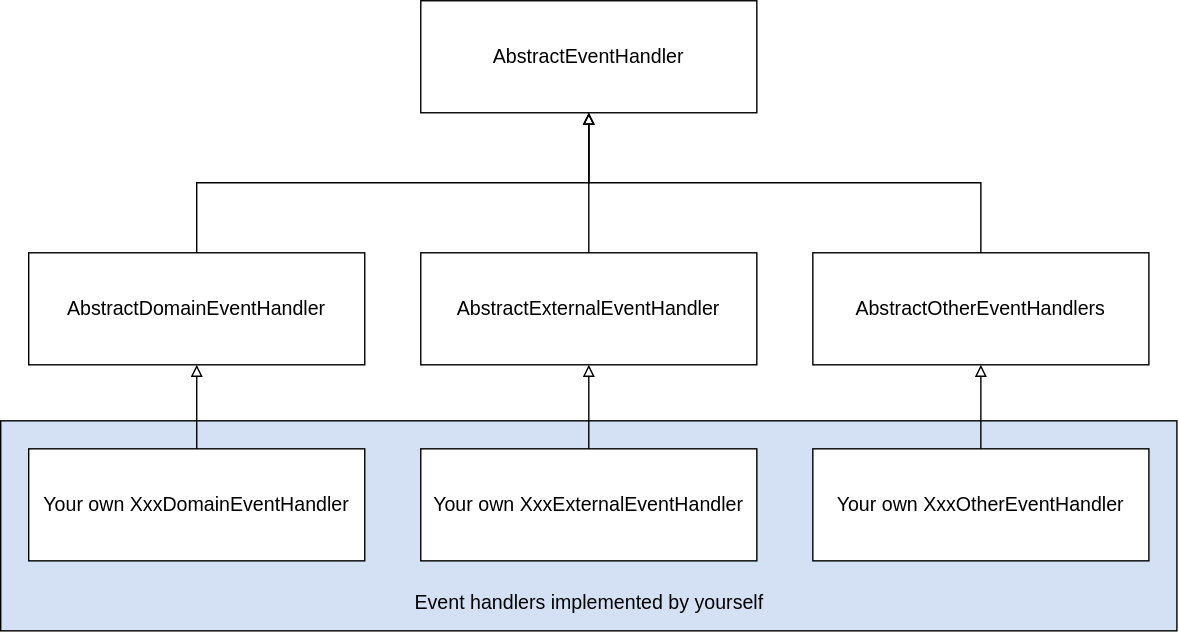
Before: adr/image/event-handlers.drawio.svg, a diagram exported from draw.io (davenkin/andy-springboot4-template). Source tidied: cells renumbered, new cells last; positions are measured from the earlier drawing's top-left corner, leaving out a move shared by most shapes. Its diagram source:
```xml
<mxGraphModel>
  <root>
    <mxCell id="0" />
    <mxCell id="1" parent="0" />
    <mxCell id="2" style="rounded=0;whiteSpace=wrap;html=1;fillColor=#D4E1F5;" parent="1" vertex="1">
      <mxGeometry y="300" width="840" height="150" as="geometry" />
    </mxCell>
    <mxCell id="3" value="AbstractEventHandler" style="rounded=0;whiteSpace=wrap;html=1;fontSize=14;" parent="1" vertex="1">
      <mxGeometry x="300" width="240" height="80" as="geometry" />
    </mxCell>
    <mxCell id="4" style="edgeStyle=orthogonalEdgeStyle;rounded=0;jettySize=auto;html=1;exitX=0.5;exitY=0;exitDx=0;exitDy=0;entryX=0.5;entryY=1;entryDx=0;entryDy=0;endArrow=block;endFill=0;" parent="1" edge="1" source="5" target="3">
      <mxGeometry relative="1" as="geometry" />
    </mxCell>
    <mxCell id="5" value="AbstractDomainEventHandler" style="rounded=0;whiteSpace=wrap;html=1;fontSize=14;" parent="1" vertex="1">
      <mxGeometry x="20" y="180" width="240" height="80" as="geometry" />
    </mxCell>
    <mxCell id="6" style="edgeStyle=orthogonalEdgeStyle;rounded=0;jettySize=auto;html=1;exitX=0.5;exitY=0;exitDx=0;exitDy=0;entryX=0.5;entryY=1;entryDx=0;entryDy=0;endArrow=block;endFill=0;" parent="1" edge="1" source="7" target="3">
      <mxGeometry relative="1" as="geometry" />
    </mxCell>
    <mxCell id="7" value="AbstractExternalEventHandler" style="rounded=0;whiteSpace=wrap;html=1;fontSize=14;" parent="1" vertex="1">
      <mxGeometry x="300" y="180" width="240" height="80" as="geometry" />
    </mxCell>
    <mxCell id="8" style="edgeStyle=orthogonalEdgeStyle;rounded=0;jettySize=auto;html=1;exitX=0.5;exitY=0;exitDx=0;exitDy=0;entryX=0.5;entryY=1;entryDx=0;entryDy=0;endArrow=block;endFill=0;" parent="1" edge="1" source="9" target="3">
      <mxGeometry relative="1" as="geometry" />
    </mxCell>
    <mxCell id="9" value="AbstractOtherEventHandlers" style="rounded=0;whiteSpace=wrap;html=1;fontSize=14;" parent="1" vertex="1">
      <mxGeometry x="580" y="180" width="240" height="80" as="geometry" />
    </mxCell>
    <mxCell id="10" style="edgeStyle=orthogonalEdgeStyle;rounded=0;jettySize=auto;html=1;exitX=0.5;exitY=0;exitDx=0;exitDy=0;entryX=0.5;entryY=1;entryDx=0;entryDy=0;endArrow=block;endFill=0;" parent="1" edge="1" source="11" target="5">
      <mxGeometry relative="1" as="geometry" />
    </mxCell>
    <mxCell id="11" value="Your own XxxDomainEventHandler" style="rounded=0;whiteSpace=wrap;html=1;fontSize=14;" parent="1" vertex="1">
      <mxGeometry x="20" y="320" width="240" height="80" as="geometry" />
    </mxCell>
    <mxCell id="12" style="edgeStyle=orthogonalEdgeStyle;rounded=0;jettySize=auto;html=1;exitX=0.5;exitY=0;exitDx=0;exitDy=0;entryX=0.5;entryY=1;entryDx=0;entryDy=0;endArrow=block;endFill=0;" parent="1" edge="1" source="13" target="7">
      <mxGeometry relative="1" as="geometry" />
    </mxCell>
    <mxCell id="13" value="Your own XxxExternalEventHandler" style="rounded=0;whiteSpace=wrap;html=1;fontSize=14;" parent="1" vertex="1">
      <mxGeometry x="300" y="320" width="240" height="80" as="geometry" />
    </mxCell>
    <mxCell id="14" style="edgeStyle=orthogonalEdgeStyle;rounded=0;jettySize=auto;html=1;exitX=0.5;exitY=0;exitDx=0;exitDy=0;entryX=0.5;entryY=1;entryDx=0;entryDy=0;endArrow=block;endFill=0;" parent="1" edge="1" source="15" target="9">
      <mxGeometry relative="1" as="geometry" />
    </mxCell>
    <mxCell id="15" value="Your own XxxOtherEventHandler" style="rounded=0;whiteSpace=wrap;html=1;fontSize=14;" parent="1" vertex="1">
      <mxGeometry x="580" y="320" width="240" height="80" as="geometry" />
    </mxCell>
    <mxCell id="16" value="Event handlers implemented by yourself" style="text;html=1;whiteSpace=wrap;strokeColor=none;fillColor=none;align=center;verticalAlign=middle;rounded=0;fontSize=14;" parent="1" vertex="1">
      <mxGeometry x="237.5" y="420" width="365" height="20" as="geometry" />
    </mxCell>
  </root>
</mxGraphModel>
```
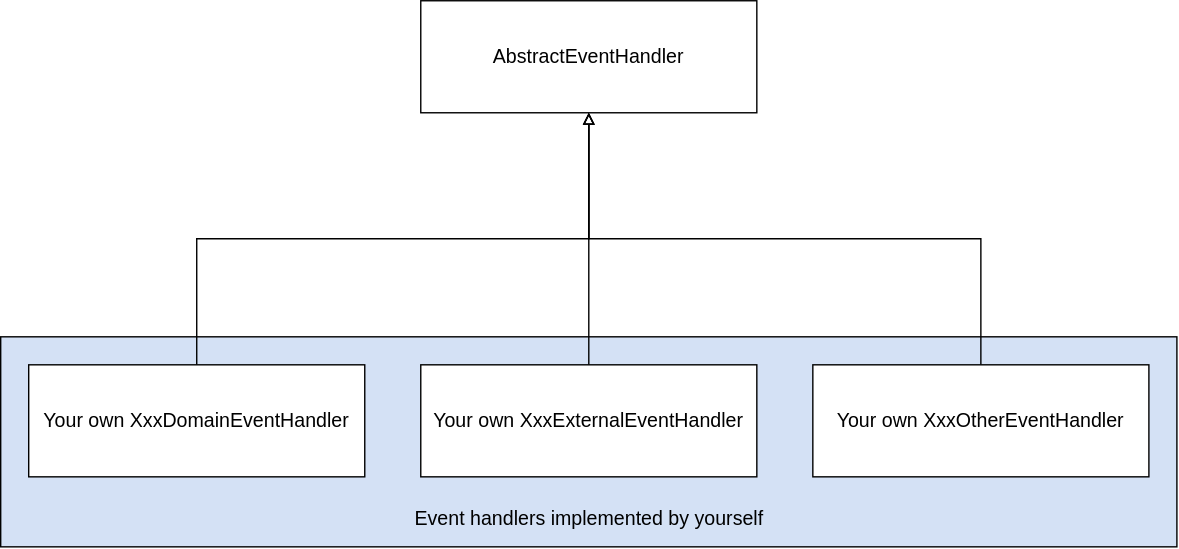
After the change.

Change to the diagram source:
```diff
@@ -6,39 +6,21 @@
       <mxGeometry y="300" width="840" height="150" as="geometry" />
     </mxCell>
     <mxCell id="3" value="AbstractEventHandler" style="rounded=0;whiteSpace=wrap;html=1;fontSize=14;" parent="1" vertex="1">
-      <mxGeometry x="300" width="240" height="80" as="geometry" />
+      <mxGeometry x="300" y="60" width="240" height="80" as="geometry" />
     </mxCell>
-    <mxCell id="4" style="edgeStyle=orthogonalEdgeStyle;rounded=0;jettySize=auto;html=1;exitX=0.5;exitY=0;exitDx=0;exitDy=0;entryX=0.5;entryY=1;entryDx=0;entryDy=0;endArrow=block;endFill=0;" parent="1" edge="1" source="5" target="3">
-      <mxGeometry relative="1" as="geometry" />
-    </mxCell>
-    <mxCell id="5" value="AbstractDomainEventHandler" style="rounded=0;whiteSpace=wrap;html=1;fontSize=14;" parent="1" vertex="1">
-      <mxGeometry x="20" y="180" width="240" height="80" as="geometry" />
-    </mxCell>
-    <mxCell id="6" style="edgeStyle=orthogonalEdgeStyle;rounded=0;jettySize=auto;html=1;exitX=0.5;exitY=0;exitDx=0;exitDy=0;entryX=0.5;entryY=1;entryDx=0;entryDy=0;endArrow=block;endFill=0;" parent="1" edge="1" source="7" target="3">
-      <mxGeometry relative="1" as="geometry" />
-    </mxCell>
-    <mxCell id="7" value="AbstractExternalEventHandler" style="rounded=0;whiteSpace=wrap;html=1;fontSize=14;" parent="1" vertex="1">
-      <mxGeometry x="300" y="180" width="240" height="80" as="geometry" />
-    </mxCell>
-    <mxCell id="8" style="edgeStyle=orthogonalEdgeStyle;rounded=0;jettySize=auto;html=1;exitX=0.5;exitY=0;exitDx=0;exitDy=0;entryX=0.5;entryY=1;entryDx=0;entryDy=0;endArrow=block;endFill=0;" parent="1" edge="1" source="9" target="3">
-      <mxGeometry relative="1" as="geometry" />
-    </mxCell>
-    <mxCell id="9" value="AbstractOtherEventHandlers" style="rounded=0;whiteSpace=wrap;html=1;fontSize=14;" parent="1" vertex="1">
-      <mxGeometry x="580" y="180" width="240" height="80" as="geometry" />
-    </mxCell>
-    <mxCell id="10" style="edgeStyle=orthogonalEdgeStyle;rounded=0;jettySize=auto;html=1;exitX=0.5;exitY=0;exitDx=0;exitDy=0;entryX=0.5;entryY=1;entryDx=0;entryDy=0;endArrow=block;endFill=0;" parent="1" edge="1" source="11" target="5">
+    <mxCell id="10" style="edgeStyle=orthogonalEdgeStyle;rounded=0;jettySize=auto;html=1;exitX=0.5;exitY=0;exitDx=0;exitDy=0;entryX=0.5;entryY=1;entryDx=0;entryDy=0;endArrow=block;endFill=0;" parent="1" edge="1" source="11" target="3">
       <mxGeometry relative="1" as="geometry" />
     </mxCell>
     <mxCell id="11" value="Your own XxxDomainEventHandler" style="rounded=0;whiteSpace=wrap;html=1;fontSize=14;" parent="1" vertex="1">
       <mxGeometry x="20" y="320" width="240" height="80" as="geometry" />
     </mxCell>
-    <mxCell id="12" style="edgeStyle=orthogonalEdgeStyle;rounded=0;jettySize=auto;html=1;exitX=0.5;exitY=0;exitDx=0;exitDy=0;entryX=0.5;entryY=1;entryDx=0;entryDy=0;endArrow=block;endFill=0;" parent="1" edge="1" source="13" target="7">
+    <mxCell id="12" style="edgeStyle=orthogonalEdgeStyle;rounded=0;jettySize=auto;html=1;exitX=0.5;exitY=0;exitDx=0;exitDy=0;entryX=0.5;entryY=1;entryDx=0;entryDy=0;endArrow=block;endFill=0;" parent="1" edge="1" source="13" target="3">
       <mxGeometry relative="1" as="geometry" />
     </mxCell>
     <mxCell id="13" value="Your own XxxExternalEventHandler" style="rounded=0;whiteSpace=wrap;html=1;fontSize=14;" parent="1" vertex="1">
       <mxGeometry x="300" y="320" width="240" height="80" as="geometry" />
     </mxCell>
-    <mxCell id="14" style="edgeStyle=orthogonalEdgeStyle;rounded=0;jettySize=auto;html=1;exitX=0.5;exitY=0;exitDx=0;exitDy=0;entryX=0.5;entryY=1;entryDx=0;entryDy=0;endArrow=block;endFill=0;" parent="1" edge="1" source="15" target="9">
+    <mxCell id="14" style="edgeStyle=orthogonalEdgeStyle;rounded=0;jettySize=auto;html=1;exitX=0.5;exitY=0;exitDx=0;exitDy=0;entryX=0.5;entryY=1;entryDx=0;entryDy=0;endArrow=block;endFill=0;" parent="1" edge="1" source="15" target="3">
       <mxGeometry relative="1" as="geometry" />
     </mxCell>
     <mxCell id="15" value="Your own XxxOtherEventHandler" style="rounded=0;whiteSpace=wrap;html=1;fontSize=14;" parent="1" vertex="1">
```
